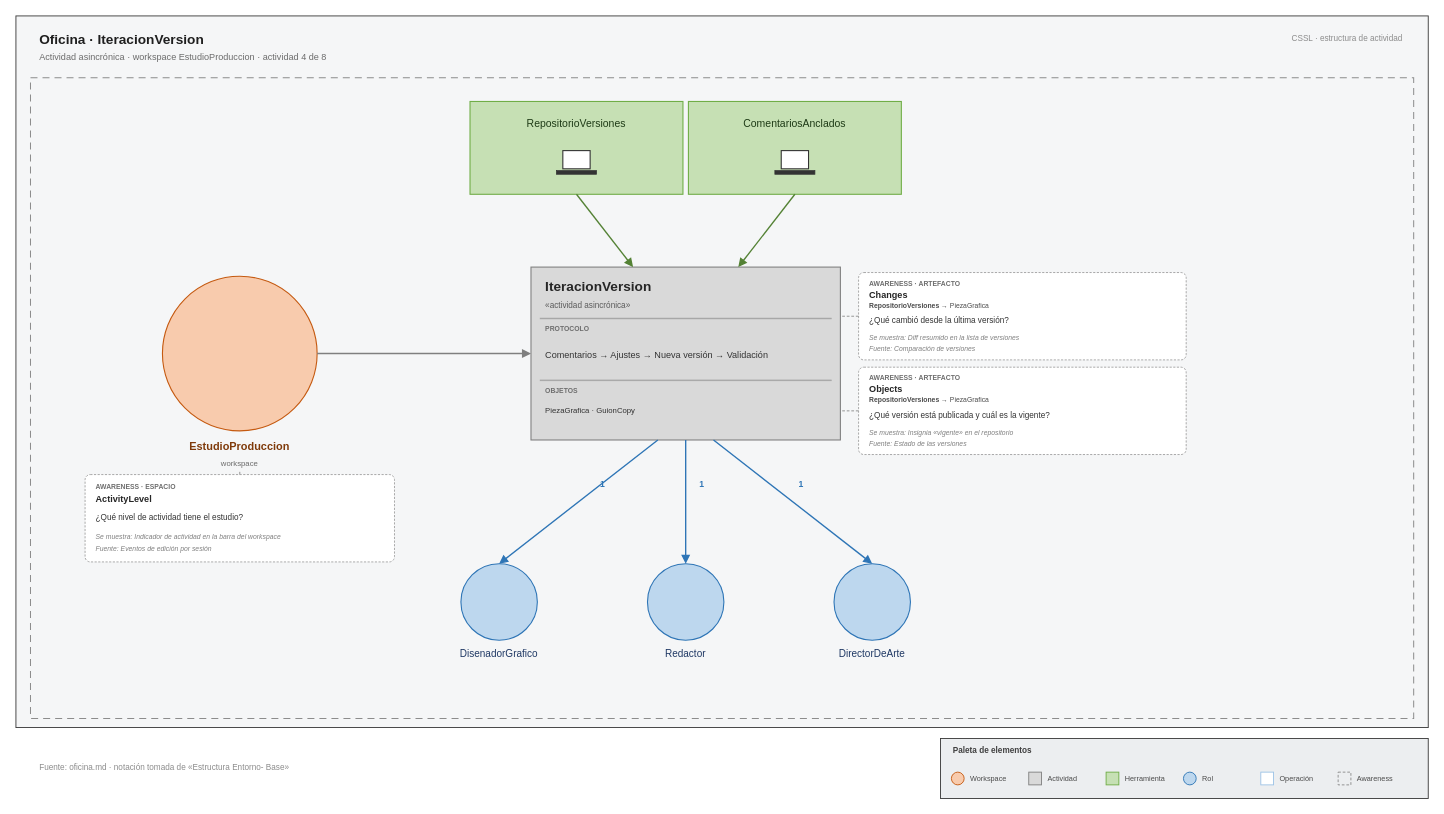
Earlier version of the draw.io diagram page "4 · IteracionVersion" (4 of 8) of oficina/diagramas/02-actividades.drawio (lmbibbo/entornos). Source tidied: cells renumbered, new cells numbered last; positions are measured from the earlier drawing's top-left corner, leaving out a move shared by most shapes. Both pictures are drawn from the tidied source at 91%, with x=0, y=0 at pixel (15, 15).
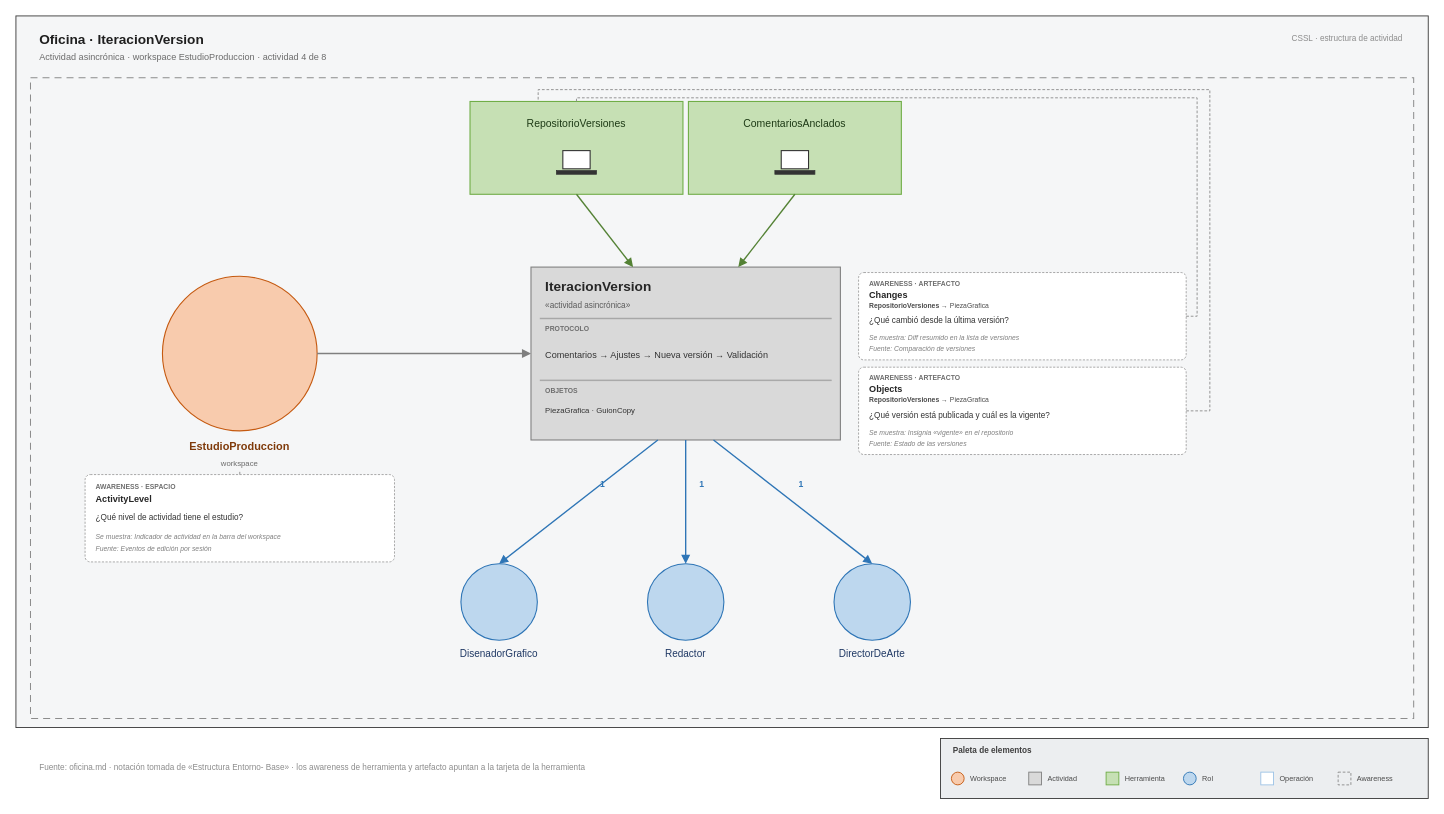
After the change.

Commit message (it also covers changes not shown here):
Añade detalles sobre el awareness de artefacto y herramienta en la documentación de oficina.md

Unchanged cells that the change refers to:
```xml
<mxCell id="9" value="workspace" style="rounded=0;whiteSpace=wrap;html=1;fillColor=none;strokeColor=none;fontFamily=Arial;fontSize=8.5;fontColor=#6B6B6B;align=center;verticalAlign=middle;" parent="1" vertex="1">
  <mxGeometry x="126" y="485" width="240" height="14" as="geometry" />
</mxCell>
<mxCell id="10" style="rounded=0;arcSize=0;whiteSpace=wrap;html=1;fillColor=#C6E0B4;strokeColor=#70AD47;strokeWidth=1.2;fontFamily=Arial;fontSize=11.0;fontColor=#333333;align=center;verticalAlign=middle;spacingLeft=0;spacingRight=0;" parent="1" vertex="1">
  <mxGeometry x="499" y="94" width="234" height="102" as="geometry" />
</mxCell>
<mxCell id="18" style="rounded=0;arcSize=0;whiteSpace=wrap;html=1;fillColor=#D9D9D9;strokeColor=#808080;strokeWidth=1.2;fontFamily=Arial;fontSize=11.0;fontColor=#333333;align=center;verticalAlign=middle;spacingLeft=0;spacingRight=0;" parent="1" vertex="1">
  <mxGeometry x="566" y="276" width="340" height="190" as="geometry" />
</mxCell>
<mxCell id="57" style="rounded=1;arcSize=6;whiteSpace=wrap;html=1;fillColor=#FFFFFF;strokeColor=#8C8C8C;strokeWidth=0.8;dashed=1;dashPattern=3 2;fontFamily=Arial;fontSize=9;fontColor=#333333;align=left;verticalAlign=top;spacingLeft=10;spacingRight=8;spacingTop=6;" parent="1" vertex="1">
  <mxGeometry x="76" y="504" width="340" height="96" as="geometry" />
</mxCell>
<mxCell id="64" style="rounded=1;arcSize=6;whiteSpace=wrap;html=1;fillColor=#FFFFFF;strokeColor=#8C8C8C;strokeWidth=0.8;dashed=1;dashPattern=3 2;fontFamily=Arial;fontSize=9;fontColor=#333333;align=left;verticalAlign=top;spacingLeft=10;spacingRight=8;spacingTop=6;" parent="1" vertex="1">
  <mxGeometry x="926" y="282" width="360" height="96" as="geometry" />
</mxCell>
<mxCell id="72" style="rounded=1;arcSize=6;whiteSpace=wrap;html=1;fillColor=#FFFFFF;strokeColor=#8C8C8C;strokeWidth=0.8;dashed=1;dashPattern=3 2;fontFamily=Arial;fontSize=9;fontColor=#333333;align=left;verticalAlign=top;spacingLeft=10;spacingRight=8;spacingTop=6;" parent="1" vertex="1">
  <mxGeometry x="926" y="386" width="360" height="96" as="geometry" />
</mxCell>
```

Change to the diagram source:
```diff
@@
-    <mxCell id="56" value="Fuente: oficina.md · notación tomada de «Estructura Entorno- Base»" style="rounded=0;whiteSpace=wrap;html=1;fillColor=none;strokeColor=none;fontFamily=Arial;fontSize=9.0;fontColor=#8C8C8C;align=left;verticalAlign=middle;" parent="1" vertex="1">
+    <mxCell id="56" value="Fuente: oficina.md · notación tomada de «Estructura Entorno- Base» · los awareness de herramienta y artefacto apuntan a la tarjeta de la herramienta" style="rounded=0;whiteSpace=wrap;html=1;fillColor=none;strokeColor=none;fontFamily=Arial;fontSize=9.0;fontColor=#8C8C8C;align=left;verticalAlign=middle;" parent="1" vertex="1">
       <mxGeometry x="24" y="818" width="780" height="16" as="geometry" />
     </mxCell>
@@
-    <mxCell id="63" style="edgeStyle=none;rounded=0;html=1;endArrow=none;endFill=1;endSize=6;strokeColor=#8C8C8C;strokeWidth=1.0;exitX=0.5000;exitY=0.0000;exitDx=0;exitDy=0;entryX=0.5000;entryY=1.0000;entryDx=0;entryDy=0;dashed=1;dashPattern=3 2;" parent="1" edge="1" source="57" target="9">
+    <mxCell id="63" style="edgeStyle=none;rounded=0;html=1;endArrow=none;endFill=1;endSize=6;strokeColor=#8C8C8C;strokeWidth=1.0;exitDx=0;exitDy=0;entryDx=0;entryDy=0;dashed=1;dashPattern=3 2;exitX=0.5000;exitY=0.0000;entryX=0.5000;entryY=1.0000;" parent="1" edge="1" source="57" target="9">
       <mxGeometry relative="1" as="geometry" />
     </mxCell>
@@
-    <mxCell id="71" style="edgeStyle=none;rounded=0;html=1;endArrow=none;endFill=1;endSize=6;strokeColor=#8C8C8C;strokeWidth=1.0;exitX=0.0000;exitY=0.5000;exitDx=0;exitDy=0;entryX=1.0000;entryY=0.2842;entryDx=0;entryDy=0;dashed=1;dashPattern=3 2;" parent="1" edge="1" source="64" target="18">
-      <mxGeometry relative="1" as="geometry" />
+    <mxCell id="71" style="edgeStyle=orthogonalEdgeStyle;rounded=0;html=1;endArrow=none;endFill=1;endSize=6;strokeColor=#8C8C8C;strokeWidth=1.0;exitDx=0;exitDy=0;entryDx=0;entryDy=0;dashed=1;dashPattern=3 2;exitX=1.0000;exitY=0.5000;entryX=0.5000;entryY=0.0000;" parent="1" edge="1" source="64" target="10">
+      <mxGeometry relative="1" as="geometry">
+        <Array as="points">
+          <mxPoint x="1298" y="330" />
+          <mxPoint x="1298" y="90" />
+          <mxPoint x="616" y="90" />
+        </Array>
+      </mxGeometry>
     </mxCell>
@@
-    <mxCell id="79" style="edgeStyle=none;rounded=0;html=1;endArrow=none;endFill=1;endSize=6;strokeColor=#8C8C8C;strokeWidth=1.0;exitX=0.0000;exitY=0.5000;exitDx=0;exitDy=0;entryX=1.0000;entryY=0.8316;entryDx=0;entryDy=0;dashed=1;dashPattern=3 2;" parent="1" edge="1" source="72" target="18">
-      <mxGeometry relative="1" as="geometry" />
+    <mxCell id="79" style="edgeStyle=orthogonalEdgeStyle;rounded=0;html=1;endArrow=none;endFill=1;endSize=6;strokeColor=#8C8C8C;strokeWidth=1.0;exitDx=0;exitDy=0;entryDx=0;entryDy=0;dashed=1;dashPattern=3 2;exitX=1.0000;exitY=0.5000;entryX=0.3200;entryY=0.0000;" parent="1" edge="1" source="72" target="10">
+      <mxGeometry relative="1" as="geometry">
+        <Array as="points">
+          <mxPoint x="1312" y="434" />
+          <mxPoint x="1312" y="81" />
+          <mxPoint x="573.9" y="81" />
+        </Array>
+      </mxGeometry>
     </mxCell>
```
